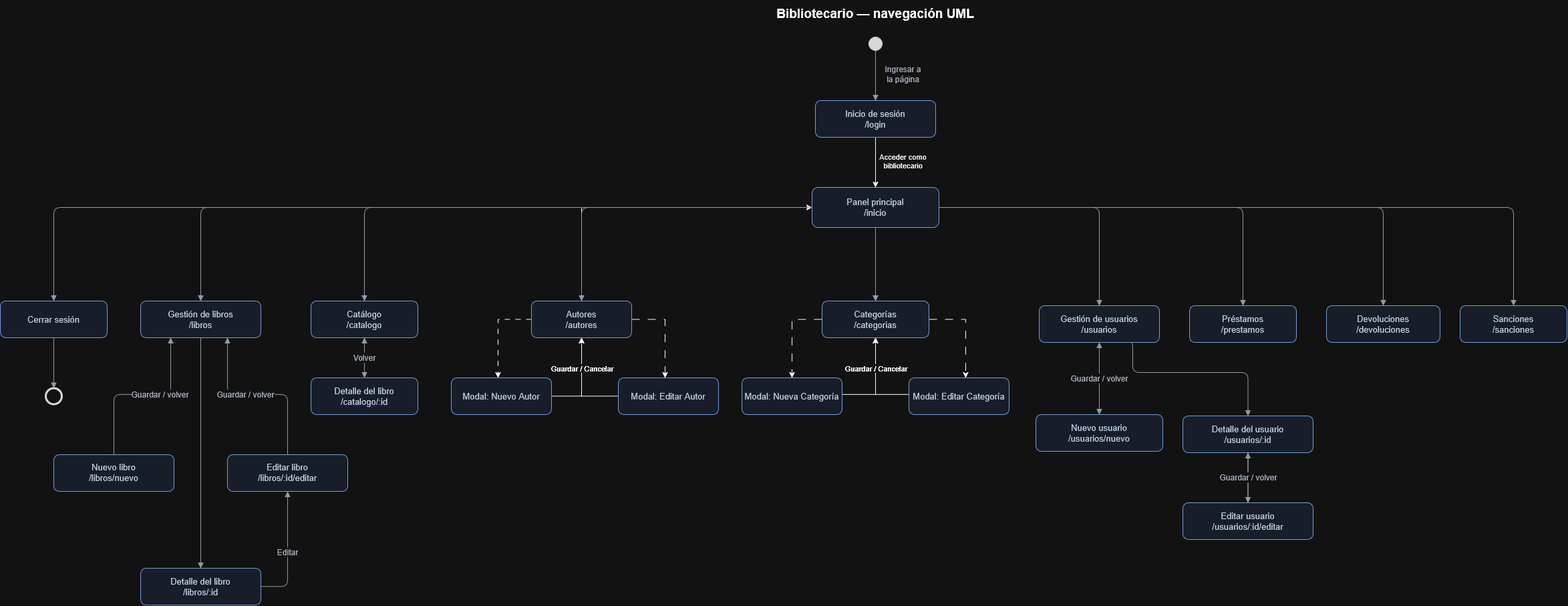
The draw.io diagram Documentacion/DiagramasDeNavegacion/DiagramaDeNavegacion-Bibliotecario.png in EsmeraldaUrbi/Gestion-de-biblioteca, before a commit. Source tidied: cells renumbered, new cells last; positions are measured from the earlier drawing's top-left corner, leaving out a move shared by most shapes.
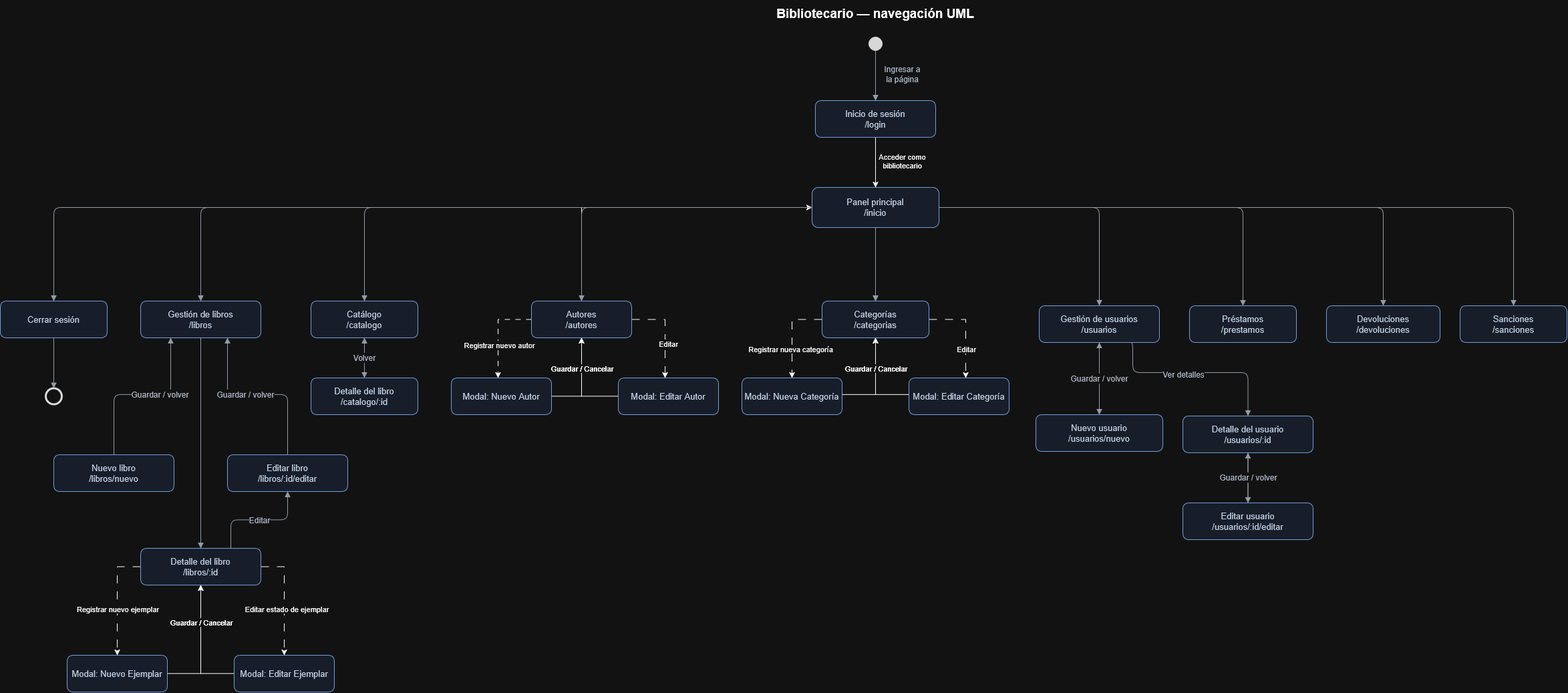
Later version of the same file.

Commit message:
fix(diagramas): corregir conexiones y etiquetas de navegación del bibliotecario

What changed in the source:
```diff
@@ -35,6 +35,9 @@
         </Array>
       </mxGeometry>
     </mxCell>
+    <mxCell id="67" value="Registrar nuevo autor" style="edgeLabel;html=1;align=center;verticalAlign=middle;inheritText=1;defaultLabelBackgroundColor=page;" parent="10" vertex="1">
+      <mxGeometry x="0.28" y="1" relative="1" as="geometry" />
+    </mxCell>
     <mxCell id="11" style="edgeStyle=orthogonalEdgeStyle;rounded=0;jettySize=auto;html=1;defaultLabelBackgroundColor=page;dashed=1;dashPattern=12 12;" parent="1" edge="1" source="13" target="60">
       <mxGeometry x="-0.01" relative="1" as="geometry">
         <Array as="points">
@@ -42,6 +45,9 @@
         </Array>
       </mxGeometry>
     </mxCell>
+    <mxCell id="68" value="Editar" style="edgeLabel;html=1;align=center;verticalAlign=middle;inheritText=1;defaultLabelBackgroundColor=page;" parent="11" vertex="1">
+      <mxGeometry x="0.25" y="4" relative="1" as="geometry" />
+    </mxCell>
     <mxCell id="12" style="edgeStyle=orthogonalEdgeStyle;rounded=0;jettySize=auto;html=1;entryX=0;entryY=0.5;entryDx=0;entryDy=0;defaultLabelBackgroundColor=page;" parent="1" edge="1" source="13" target="7">
       <mxGeometry relative="1" as="geometry">
         <Array as="points">
@@ -76,8 +82,24 @@
     <mxCell id="21" value="Nuevo libro&#10;/libros/nuevo" style="rounded=1;whiteSpace=wrap;html=1;arcSize=15;fillColor=#EAF2FF;strokeColor=#3766B0;fontColor=#15253B;fontSize=13;" parent="1" vertex="1">
       <mxGeometry x="80" y="680" width="180" height="55" as="geometry" />
     </mxCell>
+    <mxCell id="69" style="edgeStyle=orthogonalEdgeStyle;rounded=0;jettySize=auto;html=1;defaultLabelBackgroundColor=page;dashed=1;dashPattern=12 12;" parent="1" edge="1" source="22" target="78">
+      <mxGeometry relative="1" as="geometry">
+        <Array as="points">
+          <mxPoint x="175" y="847.5" />
+        </Array>
+      </mxGeometry>
+    </mxCell>
+    <mxCell id="70" value="Registrar nuevo ejemplar" style="edgeLabel;html=1;align=center;verticalAlign=middle;inheritText=1;defaultLabelBackgroundColor=page;" parent="69" vertex="1">
+      <mxGeometry x="0.16" relative="1" as="geometry" />
+    </mxCell>
+    <mxCell id="71" style="edgeStyle=orthogonalEdgeStyle;rounded=0;jettySize=auto;html=1;defaultLabelBackgroundColor=page;exitX=1;exitY=0.5;exitDx=0;exitDy=0;dashed=1;dashPattern=12 12;" parent="1" edge="1" source="22" target="81">
+      <mxGeometry relative="1" as="geometry" />
+    </mxCell>
+    <mxCell id="72" value="Editar estado de ejemplar" style="edgeLabel;html=1;align=center;verticalAlign=middle;inheritText=1;defaultLabelBackgroundColor=page;" parent="71" vertex="1">
+      <mxGeometry x="0.16" y="3" relative="1" as="geometry" />
+    </mxCell>
     <mxCell id="22" value="Detalle del libro&#10;/libros/:id" style="rounded=1;whiteSpace=wrap;html=1;arcSize=15;fillColor=#EAF2FF;strokeColor=#3766B0;fontColor=#15253B;fontSize=13;" parent="1" vertex="1">
-      <mxGeometry x="210" y="850" width="180" height="55" as="geometry" />
+      <mxGeometry x="210" y="820" width="180" height="55" as="geometry" />
     </mxCell>
     <mxCell id="23" value="Nuevo usuario&#10;/usuarios/nuevo" style="rounded=1;whiteSpace=wrap;html=1;arcSize=15;fillColor=#EAF2FF;strokeColor=#3766B0;fontColor=#15253B;fontSize=13;" parent="1" vertex="1">
       <mxGeometry x="1550" y="620" width="190" height="55" as="geometry" />
@@ -138,7 +160,7 @@
     <mxCell id="41" style="edgeStyle=orthogonalEdgeStyle;rounded=1;jettySize=auto;html=1;endArrow=block;endFill=1;strokeColor=#566270;fontColor=#344054;fontSize=12;labelBackgroundColor=#FFFFFF;" parent="1" edge="1" source="17" target="22">
       <mxGeometry relative="1" as="geometry" />
     </mxCell>
-    <mxCell id="42" value="Editar" style="edgeStyle=orthogonalEdgeStyle;rounded=1;jettySize=auto;html=1;endArrow=block;endFill=1;strokeColor=#566270;fontColor=#344054;fontSize=12;labelBackgroundColor=#FFFFFF;exitX=1;exitY=0.5;exitDx=0;exitDy=0;" parent="1" edge="1" source="22" target="18">
+    <mxCell id="42" value="Editar" style="edgeStyle=orthogonalEdgeStyle;rounded=1;jettySize=auto;html=1;endArrow=block;endFill=1;strokeColor=#566270;fontColor=#344054;fontSize=12;labelBackgroundColor=#FFFFFF;exitX=0.75;exitY=0;exitDx=0;exitDy=0;" parent="1" edge="1" source="22" target="18">
       <mxGeometry relative="1" as="geometry" />
     </mxCell>
     <mxCell id="43" value="Guardar / volver" style="edgeStyle=orthogonalEdgeStyle;rounded=1;jettySize=auto;html=1;endArrow=block;endFill=1;strokeColor=#566270;fontColor=#344054;fontSize=12;labelBackgroundColor=#FFFFFF;" parent="1" edge="1" source="18" target="17">
@@ -169,6 +191,9 @@
         </Array>
       </mxGeometry>
     </mxCell>
+    <mxCell id="73" value="Ver detalles" style="edgeLabel;html=1;align=center;verticalAlign=middle;inheritText=1;fontSize=12;fontColor=#344054;labelBackgroundColor=#FFFFFF;" parent="46" vertex="1">
+      <mxGeometry x="-0.12" y="-2" relative="1" as="geometry" />
+    </mxCell>
     <mxCell id="47" value="Editar" style="edgeStyle=orthogonalEdgeStyle;rounded=1;jettySize=auto;html=1;endArrow=block;endFill=1;strokeColor=#566270;fontColor=#344054;fontSize=12;labelBackgroundColor=#FFFFFF;" parent="1" edge="1" source="24" target="25">
       <mxGeometry relative="1" as="geometry" />
     </mxCell>
@@ -188,6 +213,9 @@
         </Array>
       </mxGeometry>
     </mxCell>
+    <mxCell id="74" value="Registrar nueva categoría" style="edgeLabel;html=1;align=center;verticalAlign=middle;inheritText=1;defaultLabelBackgroundColor=page;" parent="51" vertex="1">
+      <mxGeometry x="0.34" y="-3" relative="1" as="geometry" />
+    </mxCell>
     <mxCell id="52" style="edgeStyle=orthogonalEdgeStyle;rounded=0;jettySize=auto;html=1;defaultLabelBackgroundColor=page;dashed=1;dashPattern=12 12;" parent="1" edge="1" source="53" target="66">
       <mxGeometry relative="1" as="geometry">
         <Array as="points">
@@ -195,6 +223,9 @@
         </Array>
       </mxGeometry>
     </mxCell>
+    <mxCell id="75" value="Editar" style="edgeLabel;html=1;align=center;verticalAlign=middle;inheritText=1;defaultLabelBackgroundColor=page;" parent="52" vertex="1">
+      <mxGeometry x="0.39" y="1" relative="1" as="geometry" />
+    </mxCell>
     <mxCell id="53" value="Categorías&#10;/categorias" style="rounded=1;whiteSpace=wrap;html=1;arcSize=15;fillColor=#EAF2FF;strokeColor=#3766B0;fontColor=#15253B;fontSize=13;" parent="1" vertex="1">
       <mxGeometry x="1230" y="450" width="160" height="55" as="geometry" />
     </mxCell>
@@ -253,5 +284,27 @@
     <mxCell id="66" value="Modal: Editar Categoría" style="rounded=1;whiteSpace=wrap;html=1;arcSize=15;fillColor=#EAF2FF;strokeColor=#3766B0;fontColor=#15253B;fontSize=13;" parent="1" vertex="1">
       <mxGeometry x="1360" y="565" width="150" height="55" as="geometry" />
     </mxCell>
+    <mxCell id="76" style="edgeStyle=orthogonalEdgeStyle;rounded=0;jettySize=auto;html=1;defaultLabelBackgroundColor=page;exitX=1;exitY=0.5;exitDx=0;exitDy=0;" parent="1" edge="1" source="78" target="22">
+      <mxGeometry relative="1" as="geometry" />
+    </mxCell>
+    <mxCell id="77" value="Guardar / Cancelar" style="edgeLabel;html=1;align=center;verticalAlign=middle;inheritText=1;defaultLabelBackgroundColor=page;" parent="76" vertex="1">
+      <mxGeometry x="-0.78" y="2" relative="1" as="geometry">
+        <mxPoint x="30" y="-75" as="offset" />
+      </mxGeometry>
+    </mxCell>
+    <mxCell id="78" value="Modal: Nuevo Ejemplar" style="rounded=1;whiteSpace=wrap;html=1;arcSize=15;fillColor=#EAF2FF;strokeColor=#3766B0;fontColor=#15253B;fontSize=13;" parent="1" vertex="1">
+      <mxGeometry x="100" y="980" width="150" height="55" as="geometry" />
+    </mxCell>
+    <mxCell id="79" style="edgeStyle=orthogonalEdgeStyle;rounded=0;jettySize=auto;html=1;entryX=0.5;entryY=1;entryDx=0;entryDy=0;defaultLabelBackgroundColor=page;exitX=0;exitY=0.5;exitDx=0;exitDy=0;" parent="1" edge="1" source="81" target="22">
+      <mxGeometry relative="1" as="geometry" />
+    </mxCell>
+    <mxCell id="80" value="Guardar / Cancelar" style="edgeLabel;html=1;align=center;verticalAlign=middle;inheritText=1;defaultLabelBackgroundColor=page;" parent="79" vertex="1">
+      <mxGeometry x="-0.71" relative="1" as="geometry">
+        <mxPoint x="-24" y="-77" as="offset" />
+      </mxGeometry>
+    </mxCell>
+    <mxCell id="81" value="Modal: Editar Ejemplar" style="rounded=1;whiteSpace=wrap;html=1;arcSize=15;fillColor=#EAF2FF;strokeColor=#3766B0;fontColor=#15253B;fontSize=13;" parent="1" vertex="1">
+      <mxGeometry x="350" y="980" width="150" height="55" as="geometry" />
+    </mxCell>
   </root>
 </mxGraphModel>
```
